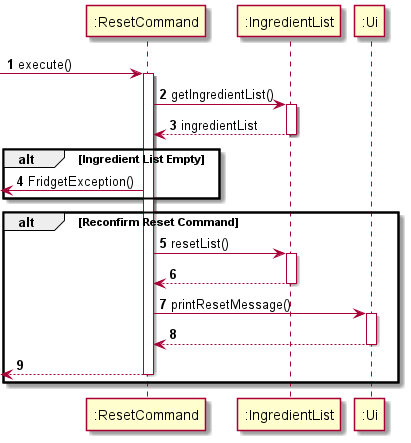
The PlantUML diagram docs/umlDiagrams/ResetSequence.png in uosjapuelks/tp, before a commit. Source of this version:
```plantuml
@startuml

autonumber

-> ":ResetCommand": execute()
activate ":ResetCommand"

":ResetCommand" -> ":IngredientList": getIngredientList()
activate ":IngredientList"
":ResetCommand" <-- ":IngredientList": ingredientList
deactivate ":IngredientList"

alt Ingredient List Empty
<- ":ResetCommand": FridgetException()
end

alt Reconfirm Reset Command

    ":ResetCommand" -> ":IngredientList": resetList()
    activate ":IngredientList"
    ":ResetCommand" <-- ":IngredientList":
    deactivate ":IngredientList"

    ":ResetCommand" -> ":Ui": printResetMessage()
    activate ":Ui"
    ":ResetCommand" <-- ":Ui"
    deactivate ":Ui"

    <-- ":ResetCommand"
    deactivate ":ResetCommand"
end

@enduml
```
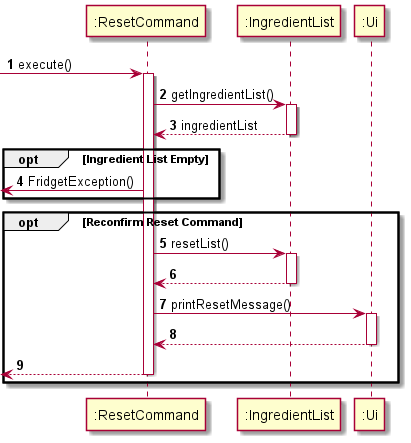
After the commit.

Commit message:
Fix alt to opt in ResetSequence

The edit, as a diff of the source:
```diff
@@ -10,11 +10,11 @@
 ":ResetCommand" <-- ":IngredientList": ingredientList
 deactivate ":IngredientList"
 
-alt Ingredient List Empty
+opt Ingredient List Empty
 <- ":ResetCommand": FridgetException()
 end
 
-alt Reconfirm Reset Command
+opt Reconfirm Reset Command
 
     ":ResetCommand" -> ":IngredientList": resetList()
     activate ":IngredientList"
```
